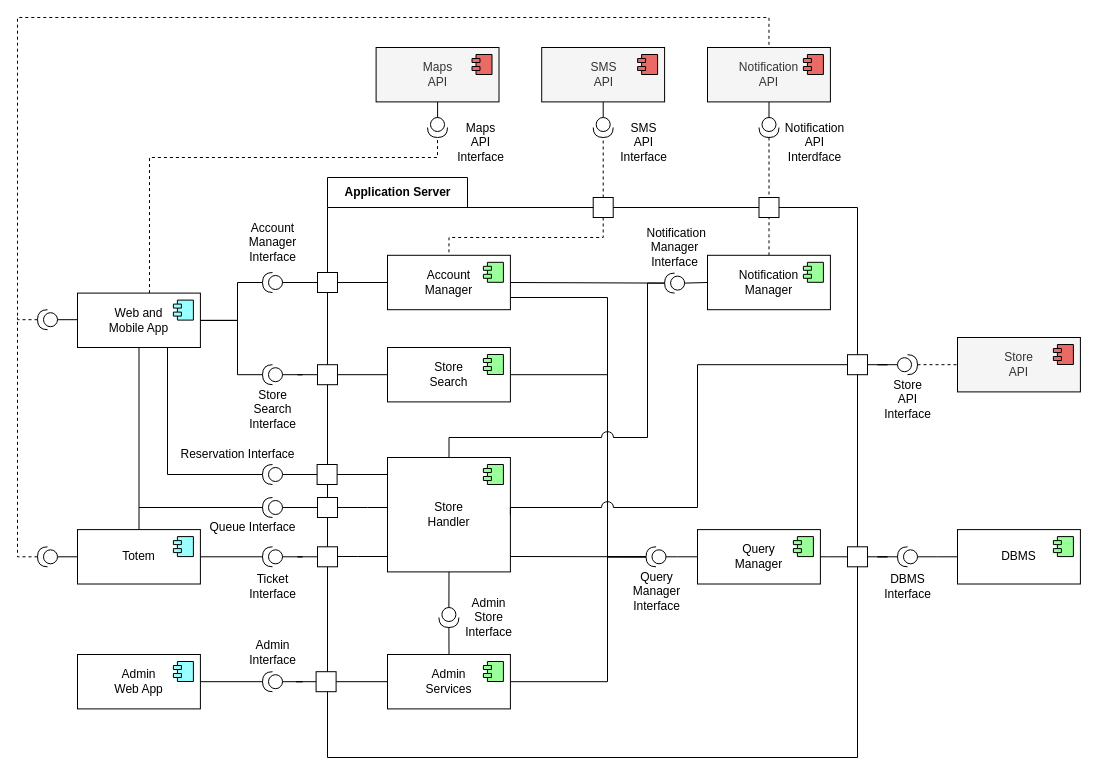
Above: DD/images/draw.io/component.drawio in andreafra/Software-Engineering-2-Project-2021 (draw.io), before the change. Source tidied: cells renumbered, new cells numbered last; positions are measured from the earlier drawing's top-left corner, leaving out a move shared by most shapes. Both pictures are drawn from the tidied source at 100%, with x=0, y=0 at pixel (17, 17).
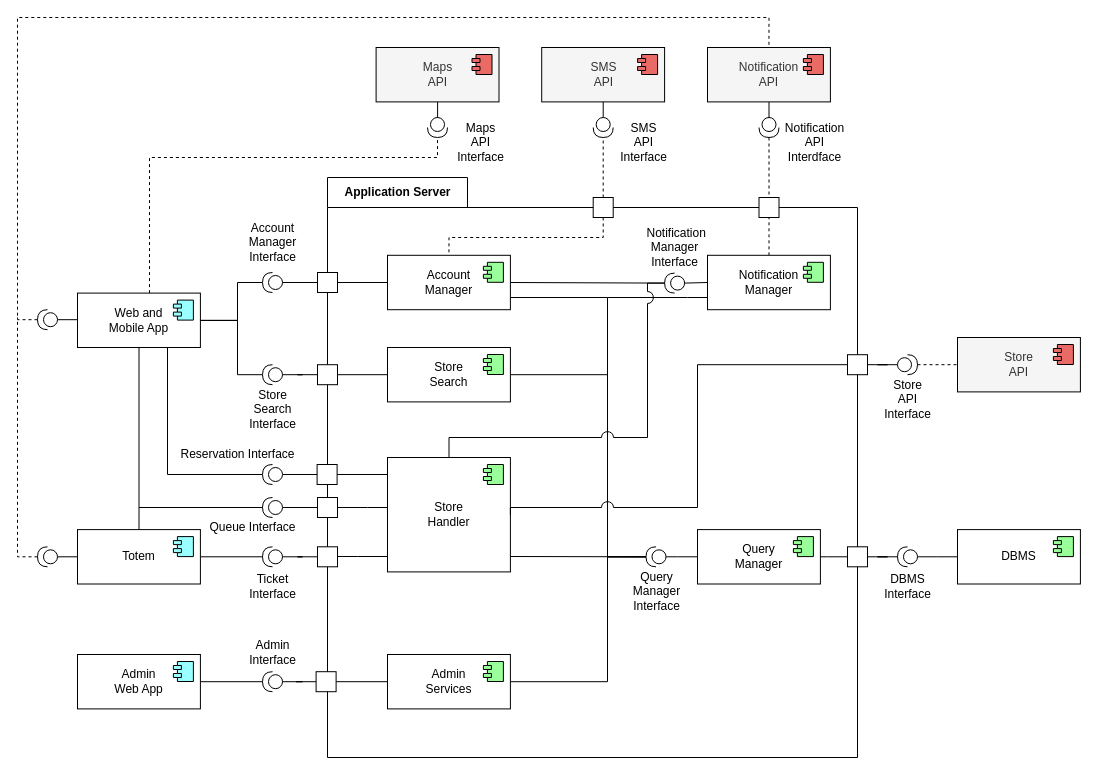
Above is the later version.

The change refers to these unchanged cells:
```xml
<mxCell id="36" value="Admin&lt;br&gt;Services" style="html=1;" parent="1" vertex="1">
  <mxGeometry x="370" y="637" width="122.9" height="54.4" as="geometry" />
</mxCell>
<mxCell id="41" value="Store&lt;br&gt;Handler" style="html=1;" parent="1" vertex="1">
  <mxGeometry x="370" y="440" width="122.9" height="114.4" as="geometry" />
</mxCell>
<mxCell id="91" value="Notification&lt;br&gt;Manager" style="html=1;" parent="1" vertex="1">
  <mxGeometry x="690" y="237.8" width="122.9" height="54.4" as="geometry" />
</mxCell>
<mxCell id="94" style="shape=providedRequiredInterface;html=1;verticalLabelPosition=bottom;strokeWidth=1;direction=west;" parent="1" vertex="1">
  <mxGeometry x="647.1" y="255.6" width="20" height="20" as="geometry" />
</mxCell>
```

What changed in the source:
```diff
@@
-    <mxCell id="35" style="edgeStyle=orthogonalEdgeStyle;rounded=0;jumpStyle=arc;jumpSize=12;jettySize=auto;html=1;entryX=1;entryY=0.5;entryDx=0;entryDy=0;entryPerimeter=0;endArrow=none;endFill=0;" parent="1" edge="1" source="36" target="77">
-      <mxGeometry relative="1" as="geometry" />
-    </mxCell>
@@
-    <mxCell id="39" style="edgeStyle=orthogonalEdgeStyle;rounded=0;jettySize=auto;html=1;entryX=1;entryY=0.5;entryDx=0;entryDy=0;endArrow=none;endFill=0;jumpSize=12;jumpStyle=arc;entryPerimeter=0;" parent="1" edge="1" source="41" target="94">
-      <mxGeometry relative="1" as="geometry">
-        <Array as="points">
-          <mxPoint x="432" y="420" />
-          <mxPoint x="630" y="420" />
-          <mxPoint x="630" y="266" />
-        </Array>
-      </mxGeometry>
-    </mxCell>
@@
-    <mxCell id="76" style="edgeStyle=orthogonalEdgeStyle;rounded=0;jumpStyle=arc;jumpSize=12;jettySize=auto;html=1;endArrow=none;endFill=0;" parent="1" edge="1" source="77" target="41">
-      <mxGeometry relative="1" as="geometry" />
-    </mxCell>
-    <mxCell id="77" style="shape=providedRequiredInterface;html=1;verticalLabelPosition=bottom;strokeWidth=1;direction=south;" parent="1" vertex="1">
-      <mxGeometry x="421.4" y="590" width="20" height="20" as="geometry" />
-    </mxCell>
@@
-    <mxCell id="85" value="Admin&lt;br&gt;Store&lt;br&gt;Interface" style="text;html=1;align=center;verticalAlign=middle;" parent="1" vertex="1">
-      <mxGeometry x="441.4" y="575" width="60" height="50" as="geometry" />
-    </mxCell>
@@
+    <mxCell id="118" style="edgeStyle=orthogonalEdgeStyle;rounded=0;jettySize=auto;html=1;endArrow=none;endFill=0;" parent="1" edge="1" source="91">
+      <mxGeometry relative="1" as="geometry">
+        <mxPoint x="590" y="280" as="targetPoint" />
+        <Array as="points">
+          <mxPoint x="670" y="280" />
+          <mxPoint x="670" y="280" />
+        </Array>
+      </mxGeometry>
+    </mxCell>
@@
+    <mxCell id="39" style="edgeStyle=orthogonalEdgeStyle;rounded=0;jettySize=auto;html=1;entryX=1;entryY=0.5;entryDx=0;entryDy=0;endArrow=none;endFill=0;jumpSize=12;jumpStyle=arc;entryPerimeter=0;" parent="1" edge="1" source="41" target="94">
+      <mxGeometry relative="1" as="geometry">
+        <Array as="points">
+          <mxPoint x="432" y="420" />
+          <mxPoint x="630" y="420" />
+          <mxPoint x="630" y="266" />
+        </Array>
+      </mxGeometry>
+    </mxCell>
```
